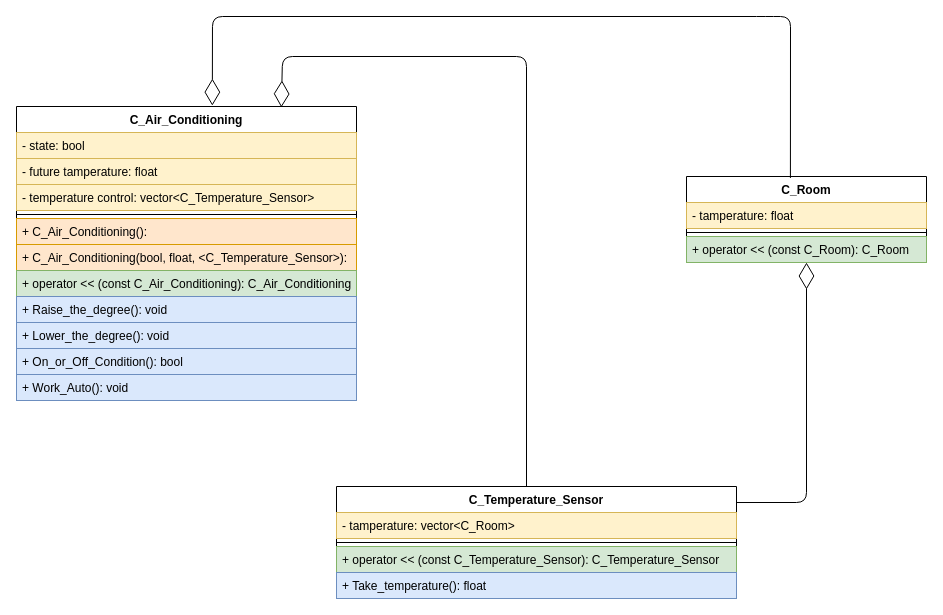
Omlet144/UML keeps this draw.io diagram as CW6.drawio. Above is the earlier version. Source tidied: cells renumbered, new cells numbered last; positions are measured from the earlier drawing's top-left corner, leaving out a move shared by most shapes. Both pictures are drawn from the tidied source at 100%, with x=0, y=0 at pixel (16, 16).
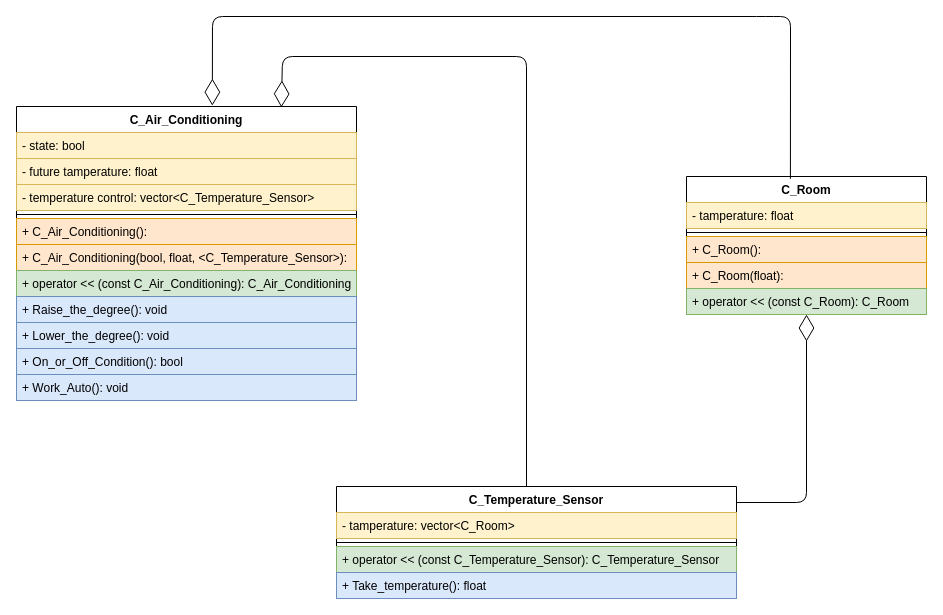
The same page after the edit.

Diff of the diagram source:
```diff
@@
     <mxCell id="19" value="C_Room" style="swimlane;fontStyle=1;align=center;verticalAlign=top;horizontal=1;startSize=26;" parent="1" vertex="1">
-      <mxGeometry x="670" y="160" width="240" height="86" as="geometry" />
+      <mxGeometry x="670" y="160" width="240" height="138" as="geometry" />
     </mxCell>
@@
+    <mxCell id="26" value="+ C_Room():" style="text;strokeColor=#d79b00;fillColor=#ffe6cc;align=left;verticalAlign=top;spacingLeft=4;spacingRight=4;overflow=hidden;" parent="19" vertex="1">
+      <mxGeometry y="60" width="240" height="26" as="geometry" />
+    </mxCell>
+    <mxCell id="27" value="+ C_Room(float):" style="text;strokeColor=#d79b00;fillColor=#ffe6cc;align=left;verticalAlign=top;spacingLeft=4;spacingRight=4;overflow=hidden;" parent="19" vertex="1">
+      <mxGeometry y="86" width="240" height="26" as="geometry" />
+    </mxCell>
     <mxCell id="22" value="+ operator &lt;&lt; (const C_Room): C_Room" style="text;strokeColor=#82b366;fillColor=#d5e8d4;align=left;verticalAlign=top;spacingLeft=4;spacingRight=4;overflow=hidden;" parent="19" vertex="1">
-      <mxGeometry y="60" width="240" height="26" as="geometry" />
+      <mxGeometry y="112" width="240" height="26" as="geometry" />
     </mxCell>
```
